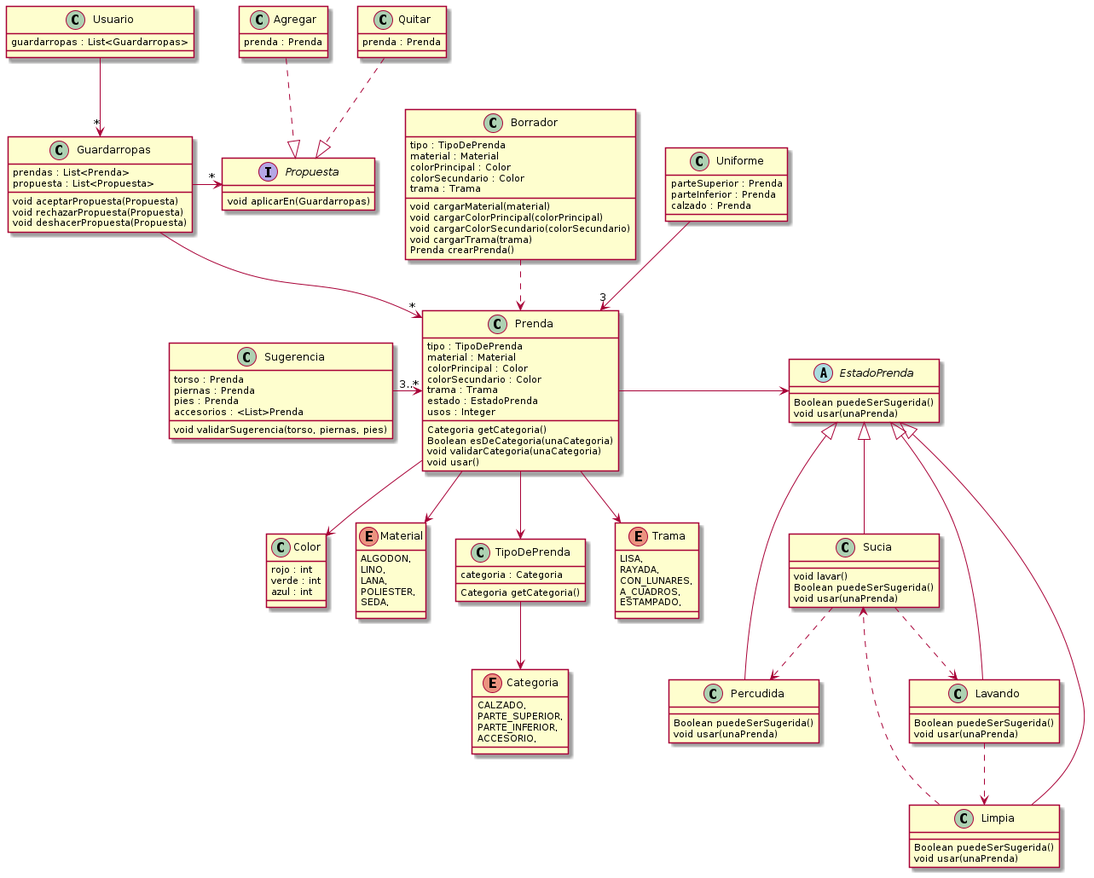
mbeorlegui/que-me-pongo keeps this PlantUML diagram as out/diagrama/QMP5.png. Above is the earlier version. Its diagram source:
```plantuml
@startuml QMP5

class Prenda {
  tipo : TipoDePrenda
  material : Material
  colorPrincipal : Color
  colorSecundario : Color
  trama : Trama
  estado : EstadoPrenda
  usos : Integer

  Categoria getCategoria()
  Boolean esDeCategoria(unaCategoria)
  void validarCategoria(unaCategoria)
  void usar()
}


class Color {
  rojo : int
  verde : int
  azul : int
}

enum Categoria {
  CALZADO,
  PARTE_SUPERIOR,
  PARTE_INFERIOR,
  ACCESORIO,
}

enum Material {
  ALGODON,
  LINO,
  LANA,
  POLIESTER,
  SEDA,
}

class TipoDePrenda {
  categoria : Categoria

  Categoria getCategoria()
}

Prenda --> Material
Prenda --> TipoDePrenda
Prenda --> Color
TipoDePrenda --> Categoria


enum Trama{
  LISA,
  RAYADA,
  CON_LUNARES,
  A_CUADROS,
  ESTAMPADO,
}

Prenda --> Trama


class Borrador {
  tipo : TipoDePrenda
  material : Material
  colorPrincipal : Color
  colorSecundario : Color
  trama : Trama

  void cargarMaterial(material)
  void cargarColorPrincipal(colorPrincipal)
  void cargarColorSecundario(colorSecundario)
  void cargarTrama(trama)
  Prenda crearPrenda()
}

class Uniforme {
  parteSuperior : Prenda
  parteInferior : Prenda
  calzado : Prenda
}

Uniforme -->"3" Prenda
Borrador ..> Prenda


class Sugerencia {
  torso : Prenda
  piernas : Prenda
  pies : Prenda
  accesorios : <List>Prenda

  void validarSugerencia(torso, piernas, pies)

}


Sugerencia -> "3..*" Prenda



abstract EstadoPrenda {
  Boolean puedeSerSugerida()
  void usar(unaPrenda)
}

class Sucia {
  void lavar()
  Boolean puedeSerSugerida()
  void usar(unaPrenda)
}

class Percudida {
  Boolean puedeSerSugerida()
  void usar(unaPrenda)
}

class Limpia {
  Boolean puedeSerSugerida()
  void usar(unaPrenda)
}

class Lavando {
  Boolean puedeSerSugerida()
  void usar(unaPrenda)
}

EstadoPrenda <|-- Sucia
EstadoPrenda <|-- Percudida
EstadoPrenda <|-- Limpia
EstadoPrenda <|-- Lavando

Sucia ..> Percudida
Sucia ..> Lavando
Lavando ..> Limpia
Limpia ..> Sucia

Prenda -right-> EstadoPrenda

class Guardarropas {
  prendas : List<Prenda>
  propuesta : List<Propuesta>

  void aceptarPropuesta(Propuesta)
  void rechazarPropuesta(Propuesta)
  void deshacerPropuesta(Propuesta)
}


class Usuario {
  guardarropas : List<Guardarropas>
}

interface Propuesta {
  void aplicarEn(Guardarropas)
}

class Agregar {
  prenda : Prenda
}

class Quitar {
  prenda : Prenda
}

Guardarropas --> "*" Prenda
Usuario --> "*" Guardarropas
Guardarropas -right-> "*" Propuesta

Agregar .down.|> Propuesta
Quitar .down.|> Propuesta

@enduml
```
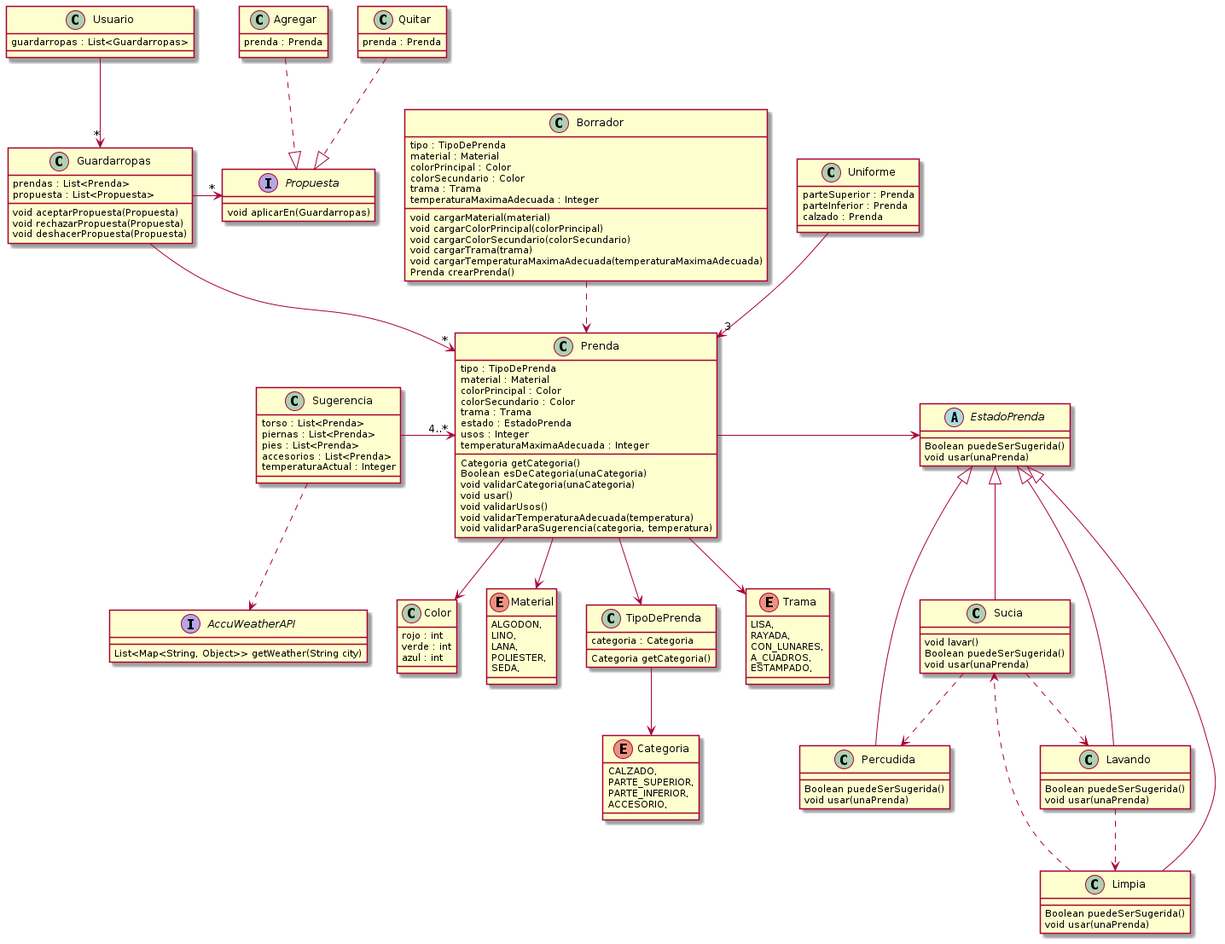
Above is the later version.

Commit message:
Actualizo diagrama QMP5

Diff of the diagram source:
```diff
@@ -8,11 +8,15 @@
   trama : Trama
   estado : EstadoPrenda
   usos : Integer
+  temperaturaMaximaAdecuada : Integer
 
   Categoria getCategoria()
   Boolean esDeCategoria(unaCategoria)
   void validarCategoria(unaCategoria)
   void usar()
+  void validarUsos()
+  void validarTemperaturaAdecuada(temperatura)
+  void validarParaSugerencia(categoria, temperatura)
 }
 
 
@@ -66,11 +70,13 @@
   colorPrincipal : Color
   colorSecundario : Color
   trama : Trama
+  temperaturaMaximaAdecuada : Integer
 
   void cargarMaterial(material)
   void cargarColorPrincipal(colorPrincipal)
   void cargarColorSecundario(colorSecundario)
   void cargarTrama(trama)
+  void cargarTemperaturaMaximaAdecuada(temperaturaMaximaAdecuada)
   Prenda crearPrenda()
 }
 
@@ -85,17 +91,15 @@
 
 
 class Sugerencia {
-  torso : Prenda
-  piernas : Prenda
-  pies : Prenda
-  accesorios : <List>Prenda
-
-  void validarSugerencia(torso, piernas, pies)
-
+  torso : List<Prenda>
+  piernas : List<Prenda>
+  pies : List<Prenda>
+  accesorios : List<Prenda>
+  temperaturaActual : Integer
 }
 
 
-Sugerencia -> "3..*" Prenda
+Sugerencia -> "4..*" Prenda
 
 
 
@@ -170,4 +174,10 @@
 Agregar .down.|> Propuesta
 Quitar .down.|> Propuesta
 
+interface AccuWeatherAPI {
+  List<Map<String, Object>> getWeather(String city)
+}
+
+Sugerencia ..> AccuWeatherAPI
+
 @enduml
```
